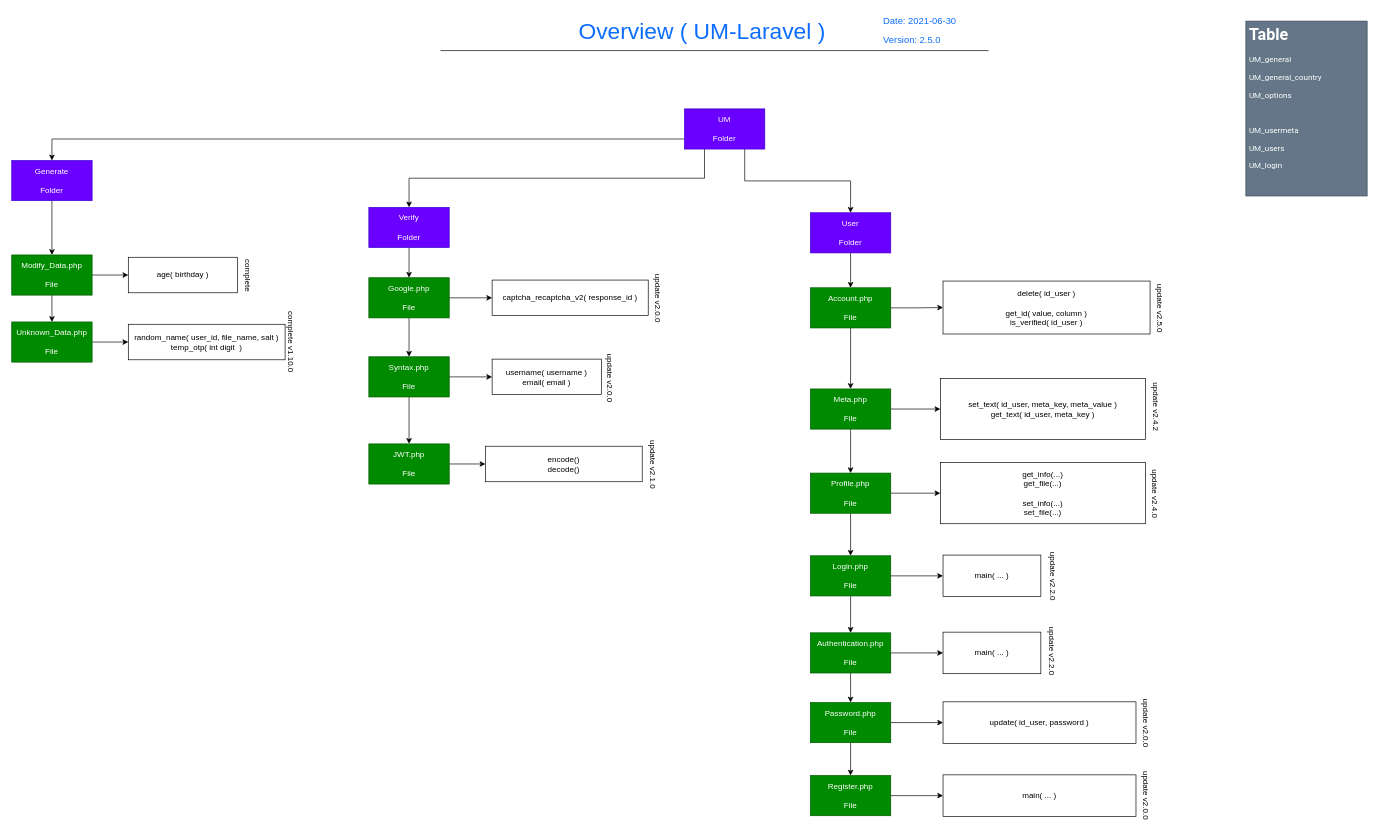
imithu/UM keeps this draw.io diagram as Docs/main.drawio. Above is the earlier version. Source tidied: cells renumbered, new cells numbered last; positions are measured from the earlier drawing's top-left corner, leaving out a move shared by most shapes. Both pictures are drawn from the tidied source at 67%, with x=0, y=0 at pixel (11, 11).
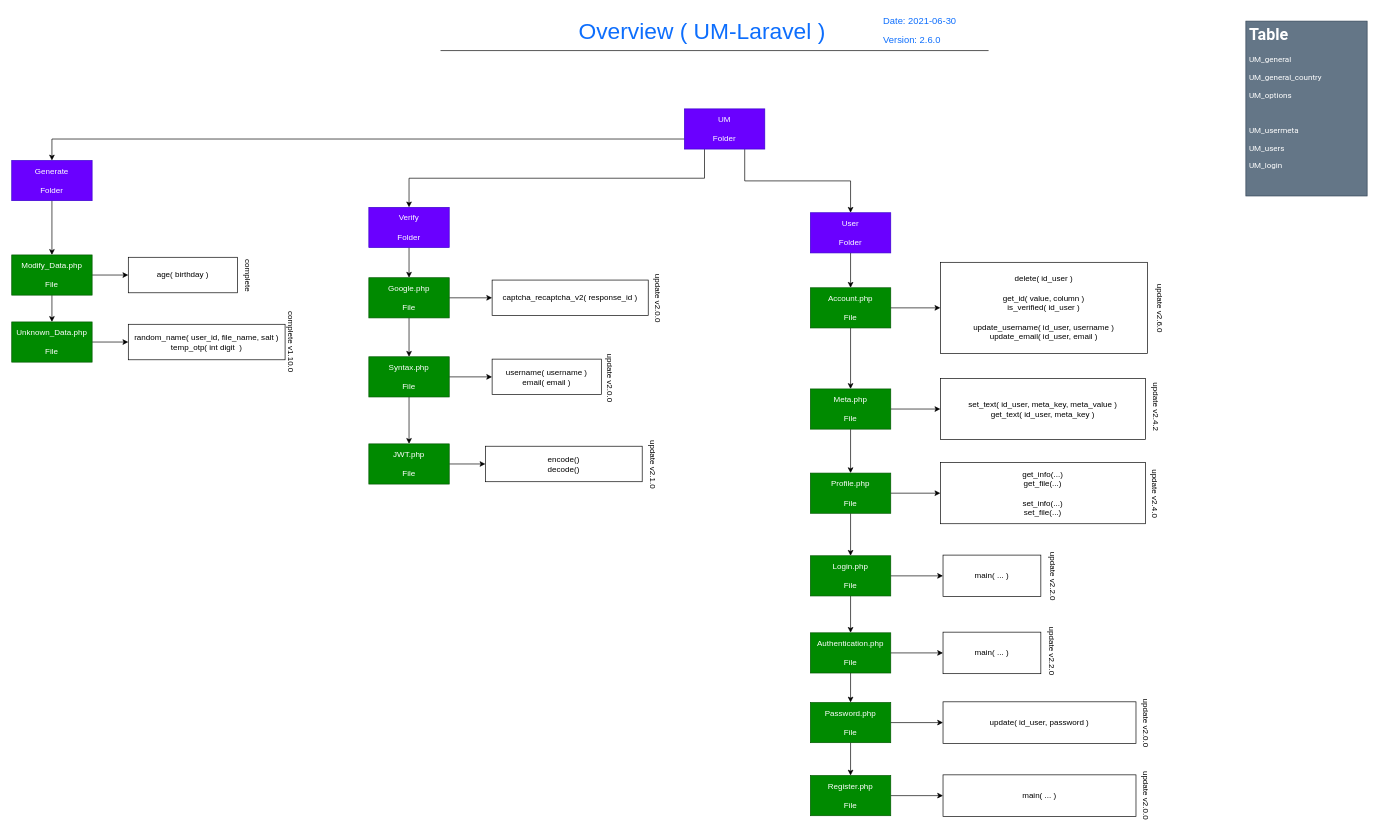
The same page after the edit.

The change refers to these unchanged cells:
```xml
<mxCell id="2" style="group;fontSize=34;" parent="1" vertex="1">
  <mxGeometry x="640" width="818" height="58" as="geometry" />
</mxCell>
```

The edit, as a diff of the source:
```diff
@@
-    <mxCell id="6" value="Version: 2.5.0" style="text;html=1;strokeColor=none;fillColor=none;align=left;verticalAlign=middle;whiteSpace=wrap;labelBackgroundColor=none;fontSize=14;fontColor=#0d6efd;" parent="2" vertex="1">
+    <mxCell id="6" value="Version: 2.6.0" style="text;html=1;strokeColor=none;fillColor=none;align=left;verticalAlign=middle;whiteSpace=wrap;labelBackgroundColor=none;fontSize=14;fontColor=#0d6efd;" parent="2" vertex="1">
       <mxGeometry x="659" y="32" width="132" height="20" as="geometry" />
     </mxCell>
@@
-    <mxCell id="16" value="delete( id_user )&lt;br&gt;&lt;br&gt;get_id( value, column )&lt;br&gt;is_verified( id_user )" style="rounded=0;whiteSpace=wrap;html=1;" parent="1" vertex="1">
-      <mxGeometry x="1390" y="402" width="309" height="79" as="geometry" />
+    <mxCell id="16" value="delete( id_user )&lt;br&gt;&lt;br&gt;get_id( value, column )&lt;br&gt;is_verified( id_user )&lt;br&gt;&lt;br&gt;update_username( id_user, username )&lt;br&gt;update_email( id_user, email )" style="rounded=0;whiteSpace=wrap;html=1;" parent="1" vertex="1">
+      <mxGeometry x="1386" y="374" width="309" height="136" as="geometry" />
     </mxCell>
@@
-    <mxCell id="62" value="update v2.5.0" style="text;html=1;align=center;verticalAlign=middle;rotation=90;" parent="1" vertex="1">
+    <mxCell id="62" value="update v2.6.0" style="text;html=1;align=center;verticalAlign=middle;rotation=90;" parent="1" vertex="1">
       <mxGeometry x="1672" y="433" width="83" height="18" as="geometry" />
     </mxCell>
```
